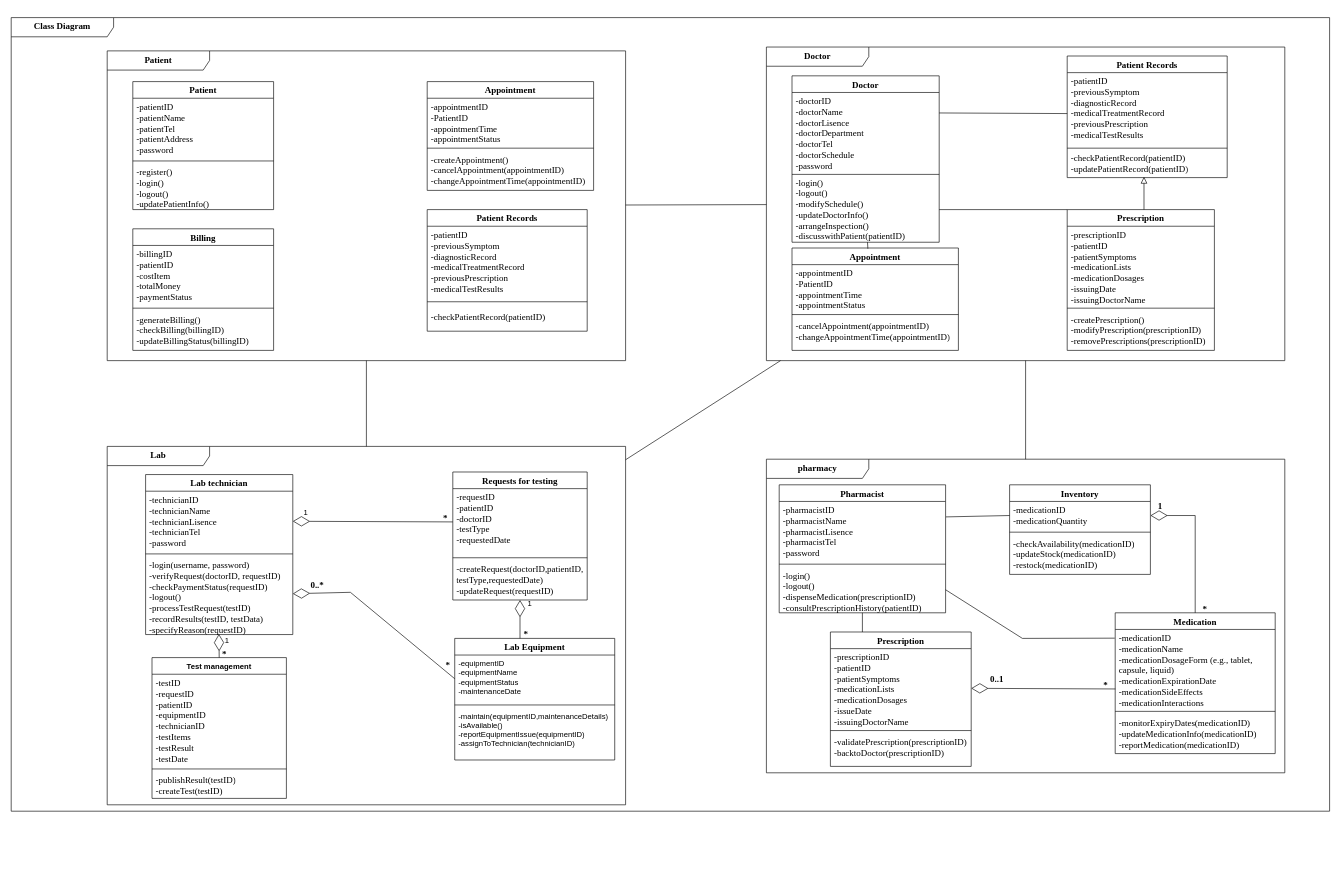
Above: Class Diagram.drawio in FOMOKN/Software-Engineering (draw.io), before the change. Source tidied: cells renumbered, new cells numbered last; positions are measured from the earlier drawing's top-left corner, leaving out a move shared by most shapes. Both pictures are drawn from the tidied source at 64%, with x=0, y=0 at pixel (11, 17).
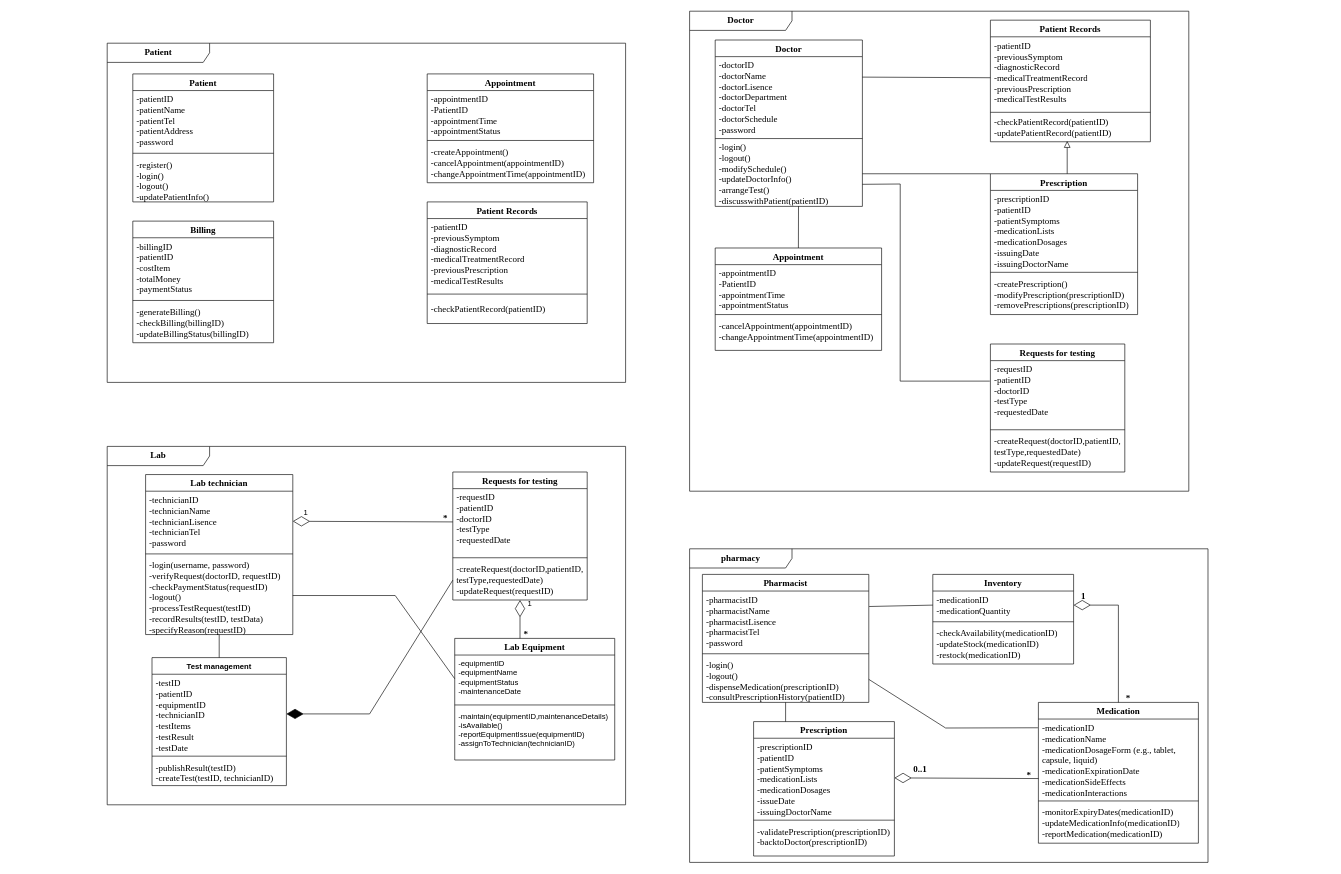
Above is the later version.

The change refers to these unchanged cells:
```xml
<mxCell id="21" value="&lt;font style=&quot;font-size: 14px;&quot; face=&quot;Times New Roman&quot;&gt;Doctor&lt;/font&gt;" style="swimlane;fontStyle=1;align=center;verticalAlign=top;horizontal=1;startSize=26;whiteSpace=wrap;html=1;" parent="20" vertex="1">
  <mxGeometry x="40" y="45" width="230" height="260" as="geometry" />
</mxCell>
<mxCell id="82" value="-requestID&lt;br&gt;-patientID&lt;br&gt;-doctorID&lt;br style=&quot;border-color: var(--border-color);&quot;&gt;-testType&lt;br&gt;-requestedDate" style="text;strokeColor=none;fillColor=none;align=left;verticalAlign=top;spacingLeft=4;spacingRight=4;overflow=hidden;points=[[0,0.5],[1,0.5]];portConstraint=eastwest;whiteSpace=wrap;html=1;fontFamily=Times New Roman;fontSize=14;" parent="81" vertex="1">
  <mxGeometry y="26" width="210" height="104" as="geometry" />
</mxCell>
<mxCell id="84" value="-createRequest(doctorID,patientID,&lt;br&gt;testType,requestedDate)&lt;br style=&quot;font-size: 14px;&quot;&gt;-updateRequest(requestID)" style="text;strokeColor=none;fillColor=none;align=left;verticalAlign=top;spacingLeft=4;spacingRight=4;overflow=hidden;points=[[0,0.5],[1,0.5]];portConstraint=eastwest;whiteSpace=wrap;html=1;fontFamily=Times New Roman;fontSize=14;" parent="81" vertex="1">
  <mxGeometry y="138" width="210" height="62" as="geometry" />
</mxCell>
<mxCell id="86" value="-equipmentID&lt;br&gt;-equipmentName&lt;br&gt;-equipmentStatus&lt;br&gt;-maintenanceDate" style="text;strokeColor=none;fillColor=none;align=left;verticalAlign=top;spacingLeft=4;spacingRight=4;overflow=hidden;points=[[0,0.5],[1,0.5]];portConstraint=eastwest;whiteSpace=wrap;html=1;" parent="85" vertex="1">
  <mxGeometry y="26" width="250" height="74" as="geometry" />
</mxCell>
<mxCell id="90" value="&lt;font style=&quot;font-size: 14px;&quot; face=&quot;Times New Roman&quot;&gt;&lt;font style=&quot;font-size: 14px;&quot;&gt;-technicianID&lt;br&gt;-technicianName&lt;br&gt;-technicianLisence&lt;br&gt;-&lt;/font&gt;technicianTel&lt;br&gt;&lt;/font&gt;&lt;font style=&quot;font-size: 14px;&quot; face=&quot;Times New Roman&quot;&gt;-password&lt;br&gt;&lt;/font&gt;" style="text;strokeColor=none;fillColor=none;align=left;verticalAlign=top;spacingLeft=4;spacingRight=4;overflow=hidden;points=[[0,0.5],[1,0.5]];portConstraint=eastwest;whiteSpace=wrap;html=1;" parent="89" vertex="1">
  <mxGeometry y="26" width="230" height="94" as="geometry" />
</mxCell>
<mxCell id="92" value="-login(username, password)&lt;br&gt;-verifyRequest(doctorID, requestID)&lt;br&gt;-checkPaymentStatus(requestID)&lt;br style=&quot;font-size: 14px;&quot;&gt;-logout()&lt;br&gt;&lt;div&gt;-processTestRequest(testID)&lt;/div&gt;-recordResults(testID, testData)&lt;br&gt;-specifyReason(requestID)" style="text;strokeColor=none;fillColor=none;align=left;verticalAlign=top;spacingLeft=4;spacingRight=4;overflow=hidden;points=[[0,0.5],[1,0.5]];portConstraint=eastwest;whiteSpace=wrap;html=1;fontFamily=Times New Roman;fontSize=14;" parent="89" vertex="1">
  <mxGeometry y="128" width="230" height="122" as="geometry" />
</mxCell>
```

What changed in the source:
```diff
@@
-    <mxCell id="2" value="&lt;font style=&quot;font-size: 14px;&quot; face=&quot;Times New Roman&quot;&gt;&lt;b&gt;Class Diagram&lt;/b&gt;&lt;/font&gt;" style="shape=umlFrame;whiteSpace=wrap;html=1;width=160;" parent="1" vertex="1">
-      <mxGeometry width="2060" height="1240" as="geometry" />
-    </mxCell>
+    <mxCell id="98" value="1" style="text;html=1;align=center;verticalAlign=middle;strokeColor=none;fillColor=none;" parent="1" vertex="1">
+      <mxGeometry x="795" y="901" width="30" height="30" as="geometry" />
+    </mxCell>
+    <mxCell id="99" value="1" style="text;html=1;align=center;verticalAlign=middle;strokeColor=none;fillColor=none;" parent="1" vertex="1">
+      <mxGeometry x="445" y="758" width="30" height="30" as="geometry" />
+    </mxCell>
-    <mxCell id="3" value="&lt;font size=&quot;1&quot; face=&quot;Times New Roman&quot;&gt;&lt;b style=&quot;font-size: 14px;&quot;&gt;Patient&lt;/b&gt;&lt;/font&gt;" style="shape=umlFrame;whiteSpace=wrap;html=1;width=160;" parent="2" vertex="1">
-      <mxGeometry x="150" y="52" width="810" height="484" as="geometry" />
+    <mxCell id="3" value="&lt;font size=&quot;1&quot; face=&quot;Times New Roman&quot;&gt;&lt;b style=&quot;font-size: 14px;&quot;&gt;Patient&lt;/b&gt;&lt;/font&gt;" style="shape=umlFrame;whiteSpace=wrap;html=1;width=160;" parent="1" vertex="1">
+      <mxGeometry x="150" y="40" width="810" height="530" as="geometry" />
     </mxCell>
@@
-    <mxCell id="20" value="&lt;font style=&quot;font-size: 14px;&quot; face=&quot;Times New Roman&quot;&gt;&lt;b&gt;Doctor&lt;/b&gt;&lt;/font&gt;" style="shape=umlFrame;whiteSpace=wrap;html=1;width=160;" parent="2" vertex="1">
-      <mxGeometry x="1180" y="46" width="810" height="490" as="geometry" />
+    <mxCell id="20" value="&lt;font style=&quot;font-size: 14px;&quot; face=&quot;Times New Roman&quot;&gt;&lt;b&gt;Doctor&lt;/b&gt;&lt;/font&gt;" style="shape=umlFrame;whiteSpace=wrap;html=1;width=160;" parent="1" vertex="1">
+      <mxGeometry x="1060" y="-10" width="780" height="750" as="geometry" />
     </mxCell>
@@
-    <mxCell id="24" value="-login()&lt;br&gt;-logout()&lt;br style=&quot;font-size: 14px;&quot;&gt;-modifySchedule()&lt;br style=&quot;font-size: 14px;&quot;&gt;-updateDoctorInfo()&lt;br style=&quot;font-size: 14px;&quot;&gt;-arrangeInspection()&lt;br&gt;-discusswithPatient(patientID)" style="text;strokeColor=none;fillColor=none;align=left;verticalAlign=middle;spacingLeft=4;spacingRight=4;overflow=hidden;points=[[0,0.5],[1,0.5]];portConstraint=eastwest;whiteSpace=wrap;html=1;fontSize=14;fontFamily=Times New Roman;" parent="21" vertex="1">
+    <mxCell id="24" value="-login()&lt;br&gt;-logout()&lt;br style=&quot;font-size: 14px;&quot;&gt;-modifySchedule()&lt;br style=&quot;font-size: 14px;&quot;&gt;-updateDoctorInfo()&lt;br style=&quot;font-size: 14px;&quot;&gt;-arrangeTest()&lt;br&gt;-discusswithPatient(patientID)" style="text;strokeColor=none;fillColor=none;align=left;verticalAlign=middle;spacingLeft=4;spacingRight=4;overflow=hidden;points=[[0,0.5],[1,0.5]];portConstraint=eastwest;whiteSpace=wrap;html=1;fontSize=14;fontFamily=Times New Roman;" parent="21" vertex="1">
       <mxGeometry y="158" width="230" height="102" as="geometry" />
     </mxCell>
     <mxCell id="25" value="&lt;font face=&quot;Times New Roman&quot; style=&quot;font-size: 14px;&quot;&gt;Appointment&lt;/font&gt;" style="swimlane;fontStyle=1;align=center;verticalAlign=top;horizontal=1;startSize=26;whiteSpace=wrap;html=1;" parent="20" vertex="1">
-      <mxGeometry x="40" y="314" width="260" height="160" as="geometry" />
+      <mxGeometry x="40" y="370" width="260" height="160" as="geometry" />
     </mxCell>
@@
+    <mxCell id="100" value="&lt;font style=&quot;font-size: 14px;&quot; face=&quot;Times New Roman&quot;&gt;Requests for testing&lt;/font&gt;" style="swimlane;fontStyle=1;align=center;verticalAlign=top;horizontal=1;startSize=26;whiteSpace=wrap;html=1;" parent="20" vertex="1">
+      <mxGeometry x="470" y="520" width="210" height="200" as="geometry" />
+    </mxCell>
+    <mxCell id="101" value="-requestID&lt;br&gt;-patientID&lt;br&gt;-doctorID&lt;br style=&quot;border-color: var(--border-color);&quot;&gt;-testType&lt;br&gt;-requestedDate" style="text;strokeColor=none;fillColor=none;align=left;verticalAlign=top;spacingLeft=4;spacingRight=4;overflow=hidden;whiteSpace=wrap;html=1;fontFamily=Times New Roman;fontSize=14;" parent="100" vertex="1">
+      <mxGeometry y="26" width="210" height="104" as="geometry" />
+    </mxCell>
+    <mxCell id="102" style="line;strokeWidth=1;fillColor=none;align=left;verticalAlign=middle;spacingTop=-1;spacingLeft=3;spacingRight=3;labelPosition=right;strokeColor=inherit;" parent="100" vertex="1">
+      <mxGeometry y="130" width="210" height="8" as="geometry" />
+    </mxCell>
+    <mxCell id="103" value="-createRequest(doctorID,patientID,&lt;br&gt;testType,requestedDate)&lt;br style=&quot;font-size: 14px;&quot;&gt;-updateRequest(requestID)" style="text;strokeColor=none;fillColor=none;align=left;verticalAlign=top;spacingLeft=4;spacingRight=4;overflow=hidden;whiteSpace=wrap;html=1;fontFamily=Times New Roman;fontSize=14;" parent="100" vertex="1">
+      <mxGeometry y="138" width="210" height="62" as="geometry" />
+    </mxCell>
+    <mxCell id="104" style="endArrow=none;html=1;rounded=0;entryX=0;entryY=0.5;entryDx=0;entryDy=0;exitX=1.004;exitY=0.858;exitDx=0;exitDy=0;exitPerimeter=0;" parent="20" edge="1">
+      <mxGeometry relative="1" as="geometry">
+        <mxPoint x="270" y="270.5" as="sourcePoint" />
+        <mxPoint x="469.1" y="578" as="targetPoint" />
+        <Array as="points">
+          <mxPoint x="329.1" y="270" />
+          <mxPoint x="329" y="578" />
+        </Array>
+      </mxGeometry>
+    </mxCell>
-    <mxCell id="40" style="endArrow=none;html=1;rounded=0;entryX=0.456;entryY=0.007;entryDx=0;entryDy=0;entryPerimeter=0;" parent="20" edge="1" source="24" target="25">
+    <mxCell id="40" style="endArrow=none;html=1;rounded=0;entryX=0.5;entryY=0;entryDx=0;entryDy=0;exitX=0.566;exitY=0.997;exitDx=0;exitDy=0;exitPerimeter=0;" parent="20" edge="1" source="24" target="25">
       <mxGeometry relative="1" as="geometry" />
     </mxCell>
-    <mxCell id="41" value="&lt;font size=&quot;1&quot; face=&quot;Times New Roman&quot;&gt;&lt;b style=&quot;font-size: 14px;&quot;&gt;pharmacy&lt;/b&gt;&lt;/font&gt;" style="shape=umlFrame;whiteSpace=wrap;html=1;width=160;" parent="2" vertex="1">
-      <mxGeometry x="1180" y="690" width="810" height="490" as="geometry" />
+    <mxCell id="41" value="&lt;font size=&quot;1&quot; face=&quot;Times New Roman&quot;&gt;&lt;b style=&quot;font-size: 14px;&quot;&gt;pharmacy&lt;/b&gt;&lt;/font&gt;" style="shape=umlFrame;whiteSpace=wrap;html=1;width=160;" parent="1" vertex="1">
+      <mxGeometry x="1060" y="830" width="810" height="490" as="geometry" />
     </mxCell>
@@
-    <mxCell id="67" style="endArrow=none;html=1;rounded=0;" parent="2" edge="1" source="41" target="20">
-      <mxGeometry relative="1" as="geometry" />
-    </mxCell>
-    <mxCell id="68" style="endArrow=none;html=1;rounded=0;" parent="2" edge="1" source="20" target="3">
-      <mxGeometry relative="1" as="geometry" />
-    </mxCell>
-    <mxCell id="69" style="endArrow=none;html=1;rounded=0;" parent="2" edge="1" source="71" target="3">
-      <mxGeometry relative="1" as="geometry" />
-    </mxCell>
-    <mxCell id="70" style="endArrow=none;html=1;rounded=0;" parent="2" edge="1" source="71" target="20">
-      <mxGeometry relative="1" as="geometry" />
-    </mxCell>
-    <mxCell id="71" value="&lt;b&gt;&lt;font face=&quot;Times New Roman&quot; style=&quot;font-size: 14px;&quot;&gt;Lab&lt;/font&gt;&lt;/b&gt;" style="shape=umlFrame;whiteSpace=wrap;html=1;width=160;" parent="2" vertex="1">
+    <mxCell id="71" value="&lt;b&gt;&lt;font face=&quot;Times New Roman&quot; style=&quot;font-size: 14px;&quot;&gt;Lab&lt;/font&gt;&lt;/b&gt;" style="shape=umlFrame;whiteSpace=wrap;html=1;width=160;" parent="1" vertex="1">
       <mxGeometry x="150" y="670" width="810" height="560" as="geometry" />
     </mxCell>
-    <mxCell id="72" value="*" style="text;html=1;align=center;verticalAlign=middle;strokeColor=none;fillColor=none;fontFamily=Times New Roman;fontSize=14;fontStyle=1;" parent="71" vertex="1">
-      <mxGeometry x="517" y="328" width="30" height="30" as="geometry" />
-    </mxCell>
-    <mxCell id="73" value="0..*" style="text;html=1;align=center;verticalAlign=middle;strokeColor=none;fillColor=none;fontSize=14;fontFamily=Times New Roman;fontStyle=1;" parent="71" vertex="1">
-      <mxGeometry x="308" y="203" width="40" height="30" as="geometry" />
-    </mxCell>
@@
-    <mxCell id="75" value="*" style="text;html=1;align=center;verticalAlign=middle;strokeColor=none;fillColor=none;fontFamily=Times New Roman;fontSize=14;fontStyle=1;" parent="71" vertex="1">
-      <mxGeometry x="168" y="310" width="30" height="30" as="geometry" />
-    </mxCell>
-    <mxCell id="76" value="1" style="text;html=1;align=center;verticalAlign=middle;strokeColor=none;fillColor=none;" parent="71" vertex="1">
-      <mxGeometry x="172" y="289" width="30" height="30" as="geometry" />
-    </mxCell>
     <mxCell id="77" value="Test management" style="swimlane;fontStyle=1;align=center;verticalAlign=top;horizontal=1;startSize=26;whiteSpace=wrap;html=1;" parent="71" vertex="1">
-      <mxGeometry x="70" y="330" width="210" height="220" as="geometry" />
+      <mxGeometry x="70" y="330" width="210" height="200" as="geometry" />
     </mxCell>
-    <mxCell id="78" value="-testID&lt;br&gt;-requestID&lt;br style=&quot;font-size: 14px;&quot;&gt;-patientID&lt;br&gt;-equipmentID&lt;br&gt;-technicianID&lt;br&gt;-testItems&lt;br style=&quot;font-size: 14px;&quot;&gt;-testResult&lt;br&gt;-testDate" style="text;strokeColor=none;fillColor=none;align=left;verticalAlign=top;spacingLeft=4;spacingRight=4;overflow=hidden;points=[[0,0.5],[1,0.5]];portConstraint=eastwest;whiteSpace=wrap;html=1;fontFamily=Times New Roman;fontSize=14;" parent="77" vertex="1">
-      <mxGeometry y="26" width="210" height="144" as="geometry" />
+    <mxCell id="78" value="-testID&lt;br style=&quot;font-size: 14px;&quot;&gt;-patientID&lt;br&gt;-equipmentID&lt;br&gt;-technicianID&lt;br&gt;-testItems&lt;br style=&quot;font-size: 14px;&quot;&gt;-testResult&lt;br&gt;-testDate" style="text;strokeColor=none;fillColor=none;align=left;verticalAlign=top;spacingLeft=4;spacingRight=4;overflow=hidden;points=[[0,0.5],[1,0.5]];portConstraint=eastwest;whiteSpace=wrap;html=1;fontFamily=Times New Roman;fontSize=14;" parent="77" vertex="1">
+      <mxGeometry y="26" width="210" height="124" as="geometry" />
     </mxCell>
     <mxCell id="79" style="line;strokeWidth=1;fillColor=none;align=left;verticalAlign=middle;spacingTop=-1;spacingLeft=3;spacingRight=3;labelPosition=right;strokeColor=inherit;" parent="77" vertex="1">
-      <mxGeometry y="170" width="210" height="8" as="geometry" />
+      <mxGeometry y="150" width="210" height="8" as="geometry" />
     </mxCell>
-    <mxCell id="80" value="-publishResult(testID)&lt;br&gt;-createTest(testID)" style="text;strokeColor=none;fillColor=none;align=left;verticalAlign=top;spacingLeft=4;spacingRight=4;overflow=hidden;whiteSpace=wrap;html=1;fontFamily=Times New Roman;fontSize=14;" parent="77" vertex="1">
-      <mxGeometry y="178" width="210" height="42" as="geometry" />
+    <mxCell id="80" value="-publishResult(testID)&lt;br&gt;-createTest(testID, technicianID)" style="text;strokeColor=none;fillColor=none;align=left;verticalAlign=top;spacingLeft=4;spacingRight=4;overflow=hidden;whiteSpace=wrap;html=1;fontFamily=Times New Roman;fontSize=14;" parent="77" vertex="1">
+      <mxGeometry y="158" width="210" height="42" as="geometry" />
     </mxCell>
-    <mxCell id="81" value="&lt;font style=&quot;font-size: 14px;&quot; face=&quot;Times New Roman&quot;&gt;Requests for testing&lt;/font&gt;" style="swimlane;fontStyle=1;align=center;verticalAlign=top;horizontal=1;startSize=26;whiteSpace=wrap;html=1;" parent="2" vertex="1">
+    <mxCell id="81" value="&lt;font style=&quot;font-size: 14px;&quot; face=&quot;Times New Roman&quot;&gt;Requests for testing&lt;/font&gt;" style="swimlane;fontStyle=1;align=center;verticalAlign=top;horizontal=1;startSize=26;whiteSpace=wrap;html=1;" parent="1" vertex="1">
       <mxGeometry x="690" y="710" width="210" height="200" as="geometry" />
     </mxCell>
@@
-    <mxCell id="85" value="&lt;font style=&quot;font-size: 14px;&quot; face=&quot;Times New Roman&quot;&gt;Lab Equipment&lt;/font&gt;" style="swimlane;fontStyle=1;align=center;verticalAlign=top;horizontal=1;startSize=26;whiteSpace=wrap;html=1;" parent="2" vertex="1">
+    <mxCell id="85" value="&lt;font style=&quot;font-size: 14px;&quot; face=&quot;Times New Roman&quot;&gt;Lab Equipment&lt;/font&gt;" style="swimlane;fontStyle=1;align=center;verticalAlign=top;horizontal=1;startSize=26;whiteSpace=wrap;html=1;" parent="1" vertex="1">
       <mxGeometry x="693" y="970" width="250" height="190" as="geometry" />
     </mxCell>
@@
-    <mxCell id="89" value="&lt;font style=&quot;font-size: 14px;&quot; face=&quot;Times New Roman&quot;&gt;Lab technician&lt;/font&gt;" style="swimlane;fontStyle=1;align=center;verticalAlign=top;horizontal=1;startSize=26;whiteSpace=wrap;html=1;" parent="2" vertex="1">
+    <mxCell id="89" value="&lt;font style=&quot;font-size: 14px;&quot; face=&quot;Times New Roman&quot;&gt;Lab technician&lt;/font&gt;" style="swimlane;fontStyle=1;align=center;verticalAlign=top;horizontal=1;startSize=26;whiteSpace=wrap;html=1;" parent="1" vertex="1">
       <mxGeometry x="210" y="714" width="230" height="250" as="geometry" />
     </mxCell>
@@
-    <mxCell id="93" style="endArrow=none;html=1;rounded=0;entryX=0;entryY=0.5;entryDx=0;entryDy=0;startArrow=diamondThin;startFill=0;startSize=24;" parent="2" edge="1" source="92" target="86">
-      <mxGeometry relative="1" as="geometry">
-        <Array as="points">
-          <mxPoint x="530" y="898" />
-        </Array>
-      </mxGeometry>
-    </mxCell>
-    <mxCell id="94" style="endArrow=diamondThin;html=1;rounded=0;entryX=0.498;entryY=0.993;entryDx=0;entryDy=0;entryPerimeter=0;exitX=0.5;exitY=0;exitDx=0;exitDy=0;endFill=0;endSize=24;" parent="2" edge="1" source="77" target="92">
-      <mxGeometry relative="1" as="geometry" />
-    </mxCell>
-    <mxCell id="95" style="endArrow=none;html=1;rounded=0;exitX=1;exitY=0.5;exitDx=0;exitDy=0;entryX=0;entryY=0.5;entryDx=0;entryDy=0;startArrow=diamondThin;startFill=0;startSize=24;" parent="2" edge="1" source="90" target="82">
+    <mxCell id="95" style="endArrow=none;html=1;rounded=0;exitX=1;exitY=0.5;exitDx=0;exitDy=0;entryX=0;entryY=0.5;entryDx=0;entryDy=0;startArrow=diamondThin;startFill=0;startSize=24;" parent="1" edge="1" source="90" target="82">
       <mxGeometry relative="1" as="geometry" />
     </mxCell>
-    <mxCell id="96" value="*" style="text;html=1;align=center;verticalAlign=middle;strokeColor=none;fillColor=none;fontFamily=Times New Roman;fontSize=14;fontStyle=1;" parent="2" vertex="1">
+    <mxCell id="96" value="*" style="text;html=1;align=center;verticalAlign=middle;strokeColor=none;fillColor=none;fontFamily=Times New Roman;fontSize=14;fontStyle=1;" parent="1" vertex="1">
       <mxGeometry x="663" y="768" width="30" height="30" as="geometry" />
     </mxCell>
-    <mxCell id="97" style="endArrow=none;html=1;rounded=0;startArrow=diamondThin;startFill=0;endSize=6;startSize=24;" parent="2" edge="1" source="84">
+    <mxCell id="97" style="endArrow=none;html=1;rounded=0;startArrow=diamondThin;startFill=0;endSize=6;startSize=24;" parent="1" edge="1" source="84">
       <mxGeometry relative="1" as="geometry">
         <mxPoint x="795" y="970" as="targetPoint" />
       </mxGeometry>
     </mxCell>
-    <mxCell id="98" value="1" style="text;html=1;align=center;verticalAlign=middle;strokeColor=none;fillColor=none;" parent="1" vertex="1">
-      <mxGeometry x="795" y="901" width="30" height="30" as="geometry" />
-    </mxCell>
-    <mxCell id="99" value="1" style="text;html=1;align=center;verticalAlign=middle;strokeColor=none;fillColor=none;" parent="1" vertex="1">
-      <mxGeometry x="445" y="758" width="30" height="30" as="geometry" />
-    </mxCell>
+    <mxCell id="105" style="endArrow=none;html=1;rounded=0;exitX=0.5;exitY=0;exitDx=0;exitDy=0;" parent="1" edge="1" source="77" target="89">
+      <mxGeometry relative="1" as="geometry" />
+    </mxCell>
+    <mxCell id="93" style="endArrow=none;html=1;rounded=0;entryX=0;entryY=0.5;entryDx=0;entryDy=0;" parent="1" edge="1" source="92" target="86">
+      <mxGeometry relative="1" as="geometry">
+        <Array as="points">
+          <mxPoint x="600" y="903" />
+        </Array>
+      </mxGeometry>
+    </mxCell>
+    <mxCell id="106" style="endArrow=none;startArrow=diamondThin;endFill=0;startFill=1;html=1;verticalAlign=bottom;labelBackgroundColor=none;strokeWidth=1;startSize=24;endSize=8;rounded=0;entryX=0;entryY=0.5;entryDx=0;entryDy=0;exitX=1;exitY=0.5;exitDx=0;exitDy=0;" parent="1" edge="1" source="78" target="84">
+      <mxGeometry relative="1" as="geometry">
+        <Array as="points">
+          <mxPoint x="560" y="1088" />
+        </Array>
+      </mxGeometry>
+    </mxCell>
```
